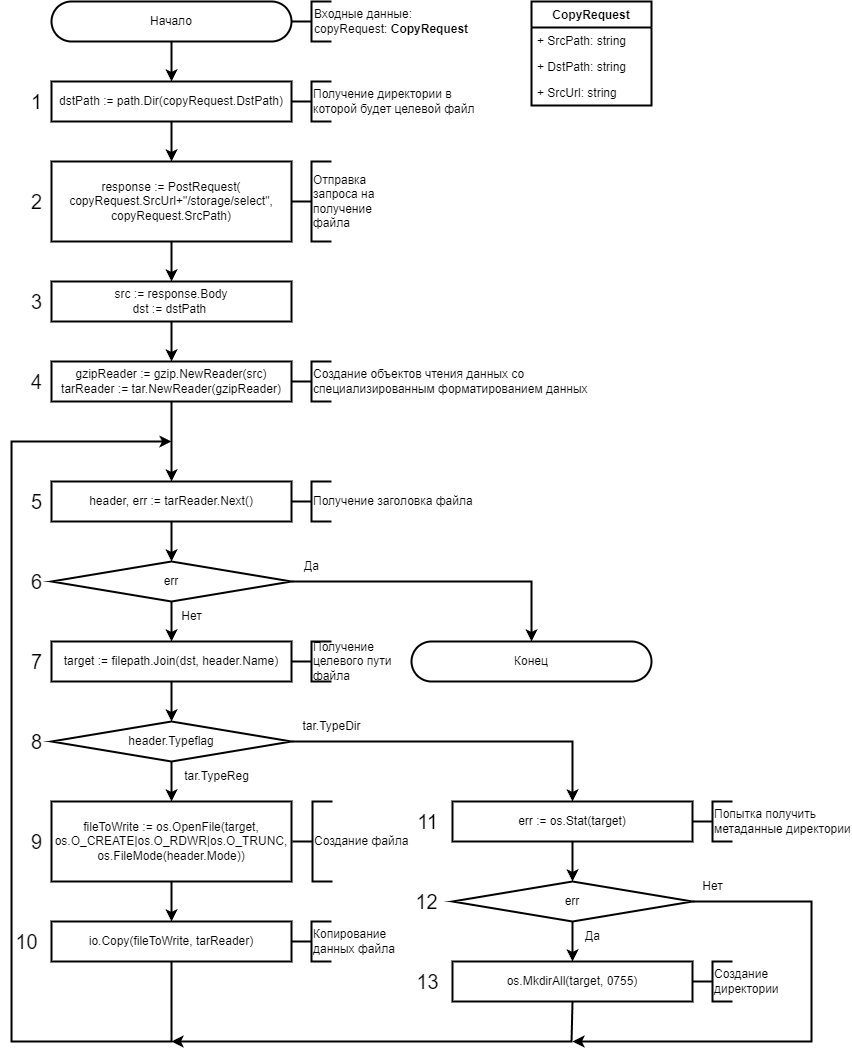
This is images/algorithm/storage/algorithm-storage-copy-handler.drawio.png from necroin/vss-docs, a draw.io export, as it was before one commit. Source tidied: cells renumbered, new cells last; positions are measured from the earlier drawing's top-left corner, leaving out a move shared by most shapes.
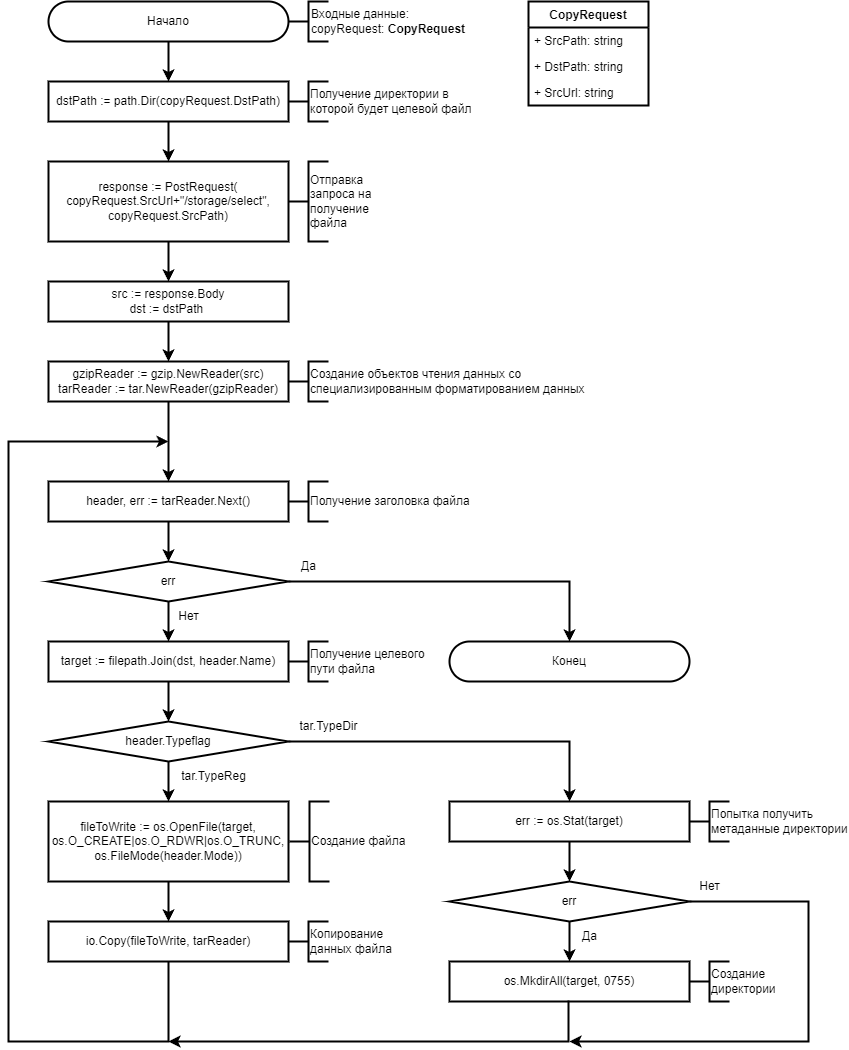
After the commit.

What changed in the source:
```diff
@@ -30,7 +30,7 @@
       <mxGeometry x="50" y="160" width="240" height="80" as="geometry" />
     </mxCell>
     <mxCell id="11" value="Конец" style="rounded=1;whiteSpace=wrap;html=1;arcSize=50;strokeWidth=2;" parent="1" vertex="1">
-      <mxGeometry x="410" y="640" width="240" height="40" as="geometry" />
+      <mxGeometry x="451" y="640" width="240" height="40" as="geometry" />
     </mxCell>
     <mxCell id="12" style="endArrow=classic;html=1;rounded=0;strokeWidth=2;exitX=0.5;exitY=1;exitDx=0;exitDy=0;entryX=0.5;entryY=0;entryDx=0;entryDy=0;" parent="1" edge="1" source="10" target="15">
       <mxGeometry relative="1" as="geometry" />
@@ -153,45 +153,6 @@
     <mxCell id="45" value="Да" style="text;html=1;align=center;verticalAlign=middle;strokeColor=none;fillColor=none;strokeWidth=2;" parent="1" vertex="1">
       <mxGeometry x="571" y="920" width="40" height="30" as="geometry" />
     </mxCell>
-    <mxCell id="46" value="1" style="text;html=1;align=center;verticalAlign=middle;strokeColor=none;fillColor=none;fontSize=20;strokeWidth=2;" parent="1" vertex="1">
-      <mxGeometry x="20" y="80" width="30" height="40" as="geometry" />
-    </mxCell>
-    <mxCell id="47" value="2" style="text;html=1;align=center;verticalAlign=middle;strokeColor=none;fillColor=none;fontSize=20;strokeWidth=2;" parent="1" vertex="1">
-      <mxGeometry x="20" y="180" width="30" height="40" as="geometry" />
-    </mxCell>
-    <mxCell id="48" value="3" style="text;html=1;align=center;verticalAlign=middle;strokeColor=none;fillColor=none;fontSize=20;strokeWidth=2;" parent="1" vertex="1">
-      <mxGeometry x="20" y="280" width="30" height="40" as="geometry" />
-    </mxCell>
-    <mxCell id="49" value="4" style="text;html=1;align=center;verticalAlign=middle;strokeColor=none;fillColor=none;fontSize=20;strokeWidth=2;" parent="1" vertex="1">
-      <mxGeometry x="20" y="360" width="30" height="40" as="geometry" />
-    </mxCell>
-    <mxCell id="50" value="5" style="text;html=1;align=center;verticalAlign=middle;strokeColor=none;fillColor=none;fontSize=20;strokeWidth=2;" parent="1" vertex="1">
-      <mxGeometry x="20" y="480" width="30" height="40" as="geometry" />
-    </mxCell>
-    <mxCell id="51" value="6" style="text;html=1;align=center;verticalAlign=middle;strokeColor=none;fillColor=none;fontSize=20;strokeWidth=2;" parent="1" vertex="1">
-      <mxGeometry x="20" y="560" width="30" height="40" as="geometry" />
-    </mxCell>
-    <mxCell id="52" value="7" style="text;html=1;align=center;verticalAlign=middle;strokeColor=none;fillColor=none;fontSize=20;strokeWidth=2;" parent="1" vertex="1">
-      <mxGeometry x="20" y="640" width="30" height="40" as="geometry" />
-    </mxCell>
-    <mxCell id="53" value="8" style="text;html=1;align=center;verticalAlign=middle;strokeColor=none;fillColor=none;fontSize=20;strokeWidth=2;" parent="1" vertex="1">
-      <mxGeometry x="20" y="720" width="30" height="40" as="geometry" />
-    </mxCell>
-    <mxCell id="54" value="9" style="text;html=1;align=center;verticalAlign=middle;strokeColor=none;fillColor=none;fontSize=20;strokeWidth=2;" parent="1" vertex="1">
-      <mxGeometry x="20" y="820" width="30" height="40" as="geometry" />
-    </mxCell>
-    <mxCell id="55" value="10" style="text;html=1;align=center;verticalAlign=middle;strokeColor=none;fillColor=none;fontSize=20;strokeWidth=2;" parent="1" vertex="1">
-      <mxGeometry y="920" width="50" height="40" as="geometry" />
-    </mxCell>
-    <mxCell id="56" value="11" style="text;html=1;align=center;verticalAlign=middle;strokeColor=none;fillColor=none;fontSize=20;strokeWidth=2;" parent="1" vertex="1">
-      <mxGeometry x="406" y="800" width="40" height="40" as="geometry" />
-    </mxCell>
-    <mxCell id="57" value="12" style="text;html=1;align=center;verticalAlign=middle;strokeColor=none;fillColor=none;fontSize=20;strokeWidth=2;" parent="1" vertex="1">
-      <mxGeometry x="400" y="880" width="50" height="40" as="geometry" />
-    </mxCell>
-    <mxCell id="58" value="13" style="text;html=1;align=center;verticalAlign=middle;strokeColor=none;fillColor=none;fontSize=20;strokeWidth=2;" parent="1" vertex="1">
-      <mxGeometry x="401" y="960" width="50" height="40" as="geometry" />
-    </mxCell>
     <mxCell id="59" style="strokeWidth=2;html=1;shape=mxgraph.flowchart.annotation_2;align=left;labelPosition=right;" parent="1" vertex="1">
       <mxGeometry x="290" y="80" width="40" height="40" as="geometry" />
     </mxCell>
@@ -220,7 +181,7 @@
       <mxGeometry x="290" y="640" width="40" height="40" as="geometry" />
     </mxCell>
     <mxCell id="68" value="Получение целевого пути файла" style="rounded=0;whiteSpace=wrap;html=1;strokeColor=none;fillColor=none;strokeWidth=2;align=left;" parent="1" vertex="1">
-      <mxGeometry x="310" y="640" width="100" height="40" as="geometry" />
+      <mxGeometry x="310" y="640" width="140" height="40" as="geometry" />
     </mxCell>
     <mxCell id="69" style="strokeWidth=2;html=1;shape=mxgraph.flowchart.annotation_2;align=left;labelPosition=right;" parent="1" vertex="1">
       <mxGeometry x="291" y="800" width="40" height="80" as="geometry" />
```
